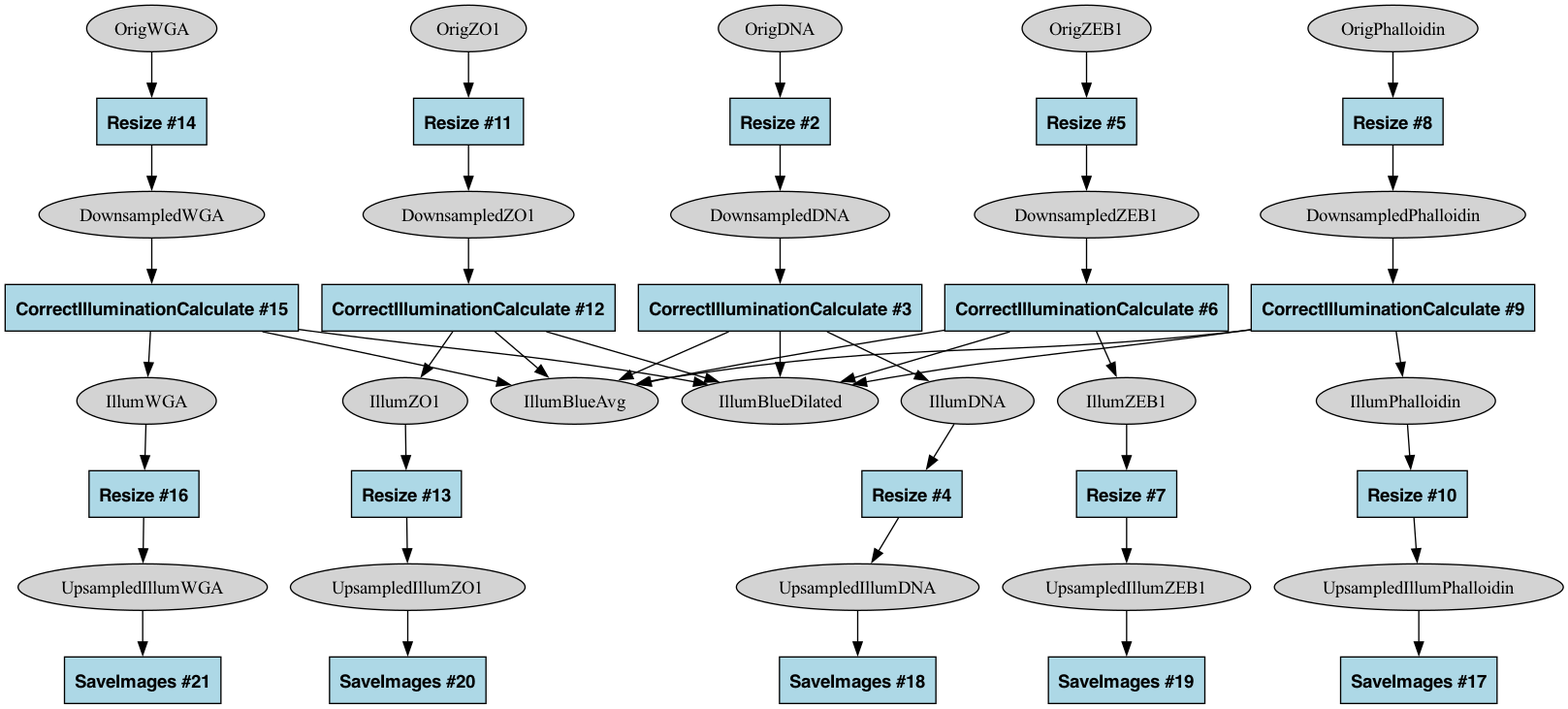
Earlier version of the Graphviz export 1_CP_Illum_graph.png (shntnu/cp_graph). Its source is kept beside it as 1_CP_Illum_graph.dot.
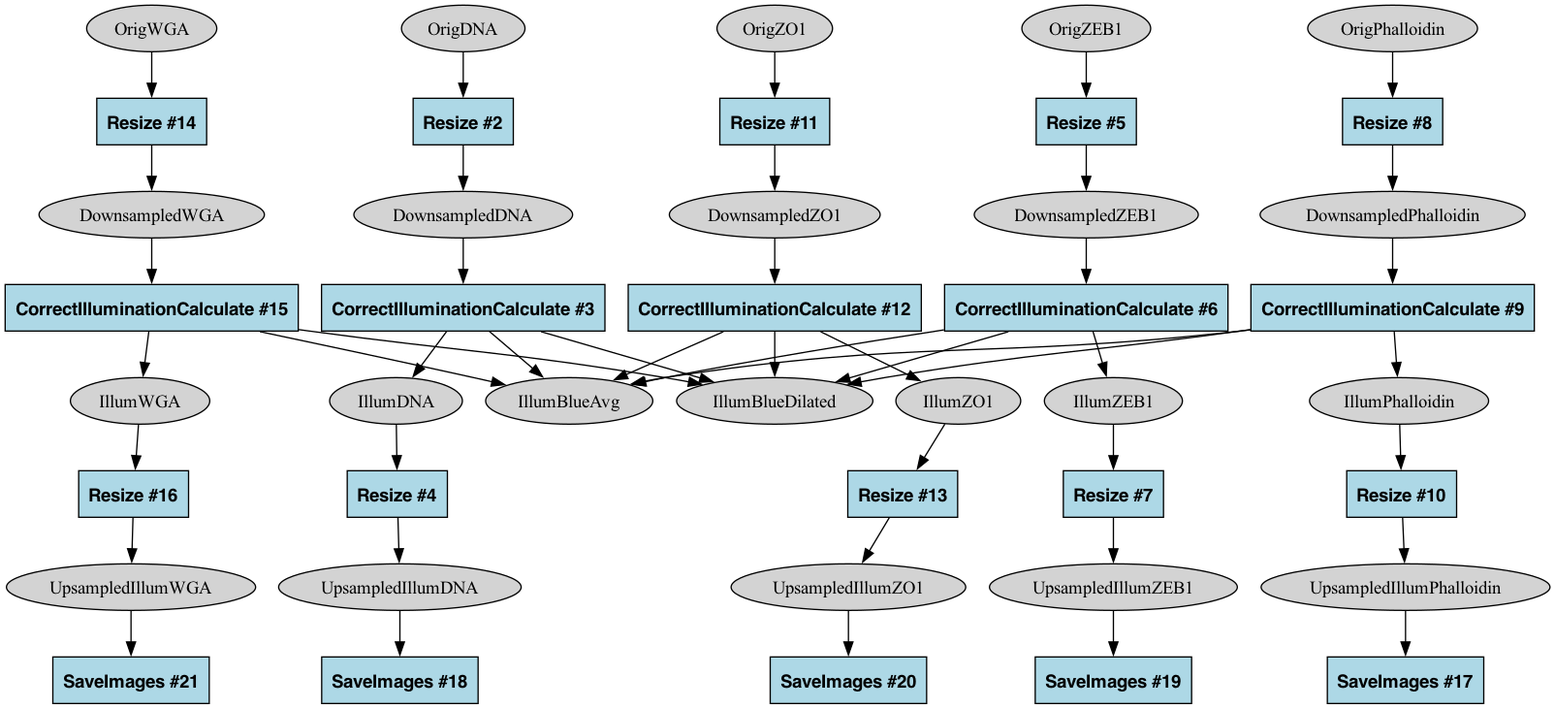
The same file after the commit.

The edit, as a diff of the source:
```diff
@@ -1,89 +1,89 @@
 strict digraph {
-CorrectIlluminationCalculate_36ea93b [type=module, label="CorrectIlluminationCalculate #12", module_name=CorrectIlluminationCalculate, module_num=12, original_num=12, stable_id="CorrectIlluminationCalculate_36ea93b", enabled=True, shape=box, style=filled, fillcolor=lightblue, fontname="Helvetica-Bold"];
-CorrectIlluminationCalculate_6bb2959d [type=module, label="CorrectIlluminationCalculate #15", module_name=CorrectIlluminationCalculate, module_num=15, original_num=15, stable_id="CorrectIlluminationCalculate_6bb2959d", enabled=True, shape=box, style=filled, fillcolor=lightblue, fontname="Helvetica-Bold"];
-CorrectIlluminationCalculate_8cc3f2ba [type=module, label="CorrectIlluminationCalculate #3", module_name=CorrectIlluminationCalculate, module_num=3, original_num=3, stable_id="CorrectIlluminationCalculate_8cc3f2ba", enabled=True, shape=box, style=filled, fillcolor=lightblue, fontname="Helvetica-Bold"];
-CorrectIlluminationCalculate_eb36f7d0 [type=module, label="CorrectIlluminationCalculate #9", module_name=CorrectIlluminationCalculate, module_num=9, original_num=9, stable_id="CorrectIlluminationCalculate_eb36f7d0", enabled=True, shape=box, style=filled, fillcolor=lightblue, fontname="Helvetica-Bold"];
-CorrectIlluminationCalculate_ff87b10e [type=module, label="CorrectIlluminationCalculate #6", module_name=CorrectIlluminationCalculate, module_num=6, original_num=6, stable_id="CorrectIlluminationCalculate_ff87b10e", enabled=True, shape=box, style=filled, fillcolor=lightblue, fontname="Helvetica-Bold"];
-DownsampledDNA [type=image, shape=ellipse, style=filled, fillcolor=lightgray];
-DownsampledPhalloidin [type=image, shape=ellipse, style=filled, fillcolor=lightgray];
-DownsampledWGA [type=image, shape=ellipse, style=filled, fillcolor=lightgray];
-DownsampledZEB1 [type=image, shape=ellipse, style=filled, fillcolor=lightgray];
-DownsampledZO1 [type=image, shape=ellipse, style=filled, fillcolor=lightgray];
-IllumBlueAvg [type=image, shape=ellipse, style=filled, fillcolor=lightgray];
-IllumBlueDilated [type=image, shape=ellipse, style=filled, fillcolor=lightgray];
-IllumDNA [type=image, shape=ellipse, style=filled, fillcolor=lightgray];
-IllumPhalloidin [type=image, shape=ellipse, style=filled, fillcolor=lightgray];
-IllumWGA [type=image, shape=ellipse, style=filled, fillcolor=lightgray];
-IllumZEB1 [type=image, shape=ellipse, style=filled, fillcolor=lightgray];
-IllumZO1 [type=image, shape=ellipse, style=filled, fillcolor=lightgray];
-OrigDNA [type=image, shape=ellipse, style=filled, fillcolor=lightgray];
-OrigPhalloidin [type=image, shape=ellipse, style=filled, fillcolor=lightgray];
-OrigWGA [type=image, shape=ellipse, style=filled, fillcolor=lightgray];
-OrigZEB1 [type=image, shape=ellipse, style=filled, fillcolor=lightgray];
-OrigZO1 [type=image, shape=ellipse, style=filled, fillcolor=lightgray];
-Resize_25c37d14 [type=module, label="Resize #4", module_name=Resize, module_num=4, original_num=4, stable_id="Resize_25c37d14", enabled=True, shape=box, style=filled, fillcolor=lightblue, fontname="Helvetica-Bold"];
-Resize_2fc06baf [type=module, label="Resize #8", module_name=Resize, module_num=8, original_num=8, stable_id="Resize_2fc06baf", enabled=True, shape=box, style=filled, fillcolor=lightblue, fontname="Helvetica-Bold"];
-Resize_4f94fc1a [type=module, label="Resize #14", module_name=Resize, module_num=14, original_num=14, stable_id="Resize_4f94fc1a", enabled=True, shape=box, style=filled, fillcolor=lightblue, fontname="Helvetica-Bold"];
-Resize_537c00f8 [type=module, label="Resize #10", module_name=Resize, module_num=10, original_num=10, stable_id="Resize_537c00f8", enabled=True, shape=box, style=filled, fillcolor=lightblue, fontname="Helvetica-Bold"];
-Resize_5da365e6 [type=module, label="Resize #2", module_name=Resize, module_num=2, original_num=2, stable_id="Resize_5da365e6", enabled=True, shape=box, style=filled, fillcolor=lightblue, fontname="Helvetica-Bold"];
-Resize_a95a436b [type=module, label="Resize #16", module_name=Resize, module_num=16, original_num=16, stable_id="Resize_a95a436b", enabled=True, shape=box, style=filled, fillcolor=lightblue, fontname="Helvetica-Bold"];
-Resize_bbb335aa [type=module, label="Resize #5", module_name=Resize, module_num=5, original_num=5, stable_id="Resize_bbb335aa", enabled=True, shape=box, style=filled, fillcolor=lightblue, fontname="Helvetica-Bold"];
-Resize_dff4f9ad [type=module, label="Resize #13", module_name=Resize, module_num=13, original_num=13, stable_id="Resize_dff4f9ad", enabled=True, shape=box, style=filled, fillcolor=lightblue, fontname="Helvetica-Bold"];
-Resize_e81797d3 [type=module, label="Resize #11", module_name=Resize, module_num=11, original_num=11, stable_id="Resize_e81797d3", enabled=True, shape=box, style=filled, fillcolor=lightblue, fontname="Helvetica-Bold"];
-Resize_f2b61e44 [type=module, label="Resize #7", module_name=Resize, module_num=7, original_num=7, stable_id="Resize_f2b61e44", enabled=True, shape=box, style=filled, fillcolor=lightblue, fontname="Helvetica-Bold"];
-SaveImages_354b7967 [type=module, label="SaveImages #17", module_name=SaveImages, module_num=17, original_num=17, stable_id="SaveImages_354b7967", enabled=True, shape=box, style=filled, fillcolor=lightblue, fontname="Helvetica-Bold"];
-SaveImages_57a9355a [type=module, label="SaveImages #18", module_name=SaveImages, module_num=18, original_num=18, stable_id="SaveImages_57a9355a", enabled=True, shape=box, style=filled, fillcolor=lightblue, fontname="Helvetica-Bold"];
-SaveImages_9c790512 [type=module, label="SaveImages #20", module_name=SaveImages, module_num=20, original_num=20, stable_id="SaveImages_9c790512", enabled=True, shape=box, style=filled, fillcolor=lightblue, fontname="Helvetica-Bold"];
-SaveImages_cd6bc89 [type=module, label="SaveImages #19", module_name=SaveImages, module_num=19, original_num=19, stable_id="SaveImages_cd6bc89", enabled=True, shape=box, style=filled, fillcolor=lightblue, fontname="Helvetica-Bold"];
-SaveImages_d17c3b0c [type=module, label="SaveImages #21", module_name=SaveImages, module_num=21, original_num=21, stable_id="SaveImages_d17c3b0c", enabled=True, shape=box, style=filled, fillcolor=lightblue, fontname="Helvetica-Bold"];
-UpsampledIllumDNA [type=image, shape=ellipse, style=filled, fillcolor=lightgray];
-UpsampledIllumPhalloidin [type=image, shape=ellipse, style=filled, fillcolor=lightgray];
-UpsampledIllumWGA [type=image, shape=ellipse, style=filled, fillcolor=lightgray];
-UpsampledIllumZEB1 [type=image, shape=ellipse, style=filled, fillcolor=lightgray];
-UpsampledIllumZO1 [type=image, shape=ellipse, style=filled, fillcolor=lightgray];
-CorrectIlluminationCalculate_36ea93b -> IllumBlueAvg [type=output];
-CorrectIlluminationCalculate_36ea93b -> IllumBlueDilated [type=output];
-CorrectIlluminationCalculate_36ea93b -> IllumZO1 [type=output];
-CorrectIlluminationCalculate_6bb2959d -> IllumBlueAvg [type=output];
-CorrectIlluminationCalculate_6bb2959d -> IllumBlueDilated [type=output];
-CorrectIlluminationCalculate_6bb2959d -> IllumWGA [type=output];
-CorrectIlluminationCalculate_8cc3f2ba -> IllumBlueAvg [type=output];
-CorrectIlluminationCalculate_8cc3f2ba -> IllumBlueDilated [type=output];
-CorrectIlluminationCalculate_8cc3f2ba -> IllumDNA [type=output];
-CorrectIlluminationCalculate_eb36f7d0 -> IllumBlueAvg [type=output];
-CorrectIlluminationCalculate_eb36f7d0 -> IllumBlueDilated [type=output];
-CorrectIlluminationCalculate_eb36f7d0 -> IllumPhalloidin [type=output];
-CorrectIlluminationCalculate_ff87b10e -> IllumBlueAvg [type=output];
-CorrectIlluminationCalculate_ff87b10e -> IllumBlueDilated [type=output];
-CorrectIlluminationCalculate_ff87b10e -> IllumZEB1 [type=output];
-DownsampledDNA -> CorrectIlluminationCalculate_8cc3f2ba [type=input];
-DownsampledPhalloidin -> CorrectIlluminationCalculate_eb36f7d0 [type=input];
-DownsampledWGA -> CorrectIlluminationCalculate_6bb2959d [type=input];
-DownsampledZEB1 -> CorrectIlluminationCalculate_ff87b10e [type=input];
-DownsampledZO1 -> CorrectIlluminationCalculate_36ea93b [type=input];
-IllumDNA -> Resize_25c37d14 [type=input];
-IllumPhalloidin -> Resize_537c00f8 [type=input];
-IllumWGA -> Resize_a95a436b [type=input];
-IllumZEB1 -> Resize_f2b61e44 [type=input];
-IllumZO1 -> Resize_dff4f9ad [type=input];
-OrigDNA -> Resize_5da365e6 [type=input];
-OrigPhalloidin -> Resize_2fc06baf [type=input];
-OrigWGA -> Resize_4f94fc1a [type=input];
-OrigZEB1 -> Resize_bbb335aa [type=input];
-OrigZO1 -> Resize_e81797d3 [type=input];
-Resize_25c37d14 -> UpsampledIllumDNA [type=output];
-Resize_2fc06baf -> DownsampledPhalloidin [type=output];
-Resize_4f94fc1a -> DownsampledWGA [type=output];
-Resize_537c00f8 -> UpsampledIllumPhalloidin [type=output];
-Resize_5da365e6 -> DownsampledDNA [type=output];
-Resize_a95a436b -> UpsampledIllumWGA [type=output];
-Resize_bbb335aa -> DownsampledZEB1 [type=output];
-Resize_dff4f9ad -> UpsampledIllumZO1 [type=output];
-Resize_e81797d3 -> DownsampledZO1 [type=output];
-Resize_f2b61e44 -> UpsampledIllumZEB1 [type=output];
-UpsampledIllumDNA -> SaveImages_57a9355a [type=input];
-UpsampledIllumPhalloidin -> SaveImages_354b7967 [type=input];
-UpsampledIllumWGA -> SaveImages_d17c3b0c [type=input];
-UpsampledIllumZEB1 -> SaveImages_cd6bc89 [type=input];
-UpsampledIllumZO1 -> SaveImages_9c790512 [type=input];
+CorrectIlluminationCalculate_2303f61d [type=module, label="CorrectIlluminationCalculate #3", module_name=CorrectIlluminationCalculate, module_num=3, original_num=3, stable_id="CorrectIlluminationCalculate_2303f61d", enabled=True, shape=box, style=filled, fillcolor=lightblue, fontname="Helvetica-Bold"];
+CorrectIlluminationCalculate_314218d2 [type=module, label="CorrectIlluminationCalculate #15", module_name=CorrectIlluminationCalculate, module_num=15, original_num=15, stable_id="CorrectIlluminationCalculate_314218d2", enabled=True, shape=box, style=filled, fillcolor=lightblue, fontname="Helvetica-Bold"];
+CorrectIlluminationCalculate_33645561 [type=module, label="CorrectIlluminationCalculate #12", module_name=CorrectIlluminationCalculate, module_num=12, original_num=12, stable_id="CorrectIlluminationCalculate_33645561", enabled=True, shape=box, style=filled, fillcolor=lightblue, fontname="Helvetica-Bold"];
+CorrectIlluminationCalculate_3ad95d5d [type=module, label="CorrectIlluminationCalculate #9", module_name=CorrectIlluminationCalculate, module_num=9, original_num=9, stable_id="CorrectIlluminationCalculate_3ad95d5d", enabled=True, shape=box, style=filled, fillcolor=lightblue, fontname="Helvetica-Bold"];
+CorrectIlluminationCalculate_d40ad559 [type=module, label="CorrectIlluminationCalculate #6", module_name=CorrectIlluminationCalculate, module_num=6, original_num=6, stable_id="CorrectIlluminationCalculate_d40ad559", enabled=True, shape=box, style=filled, fillcolor=lightblue, fontname="Helvetica-Bold"];
+Resize_30301b68 [type=module, label="Resize #14", module_name=Resize, module_num=14, original_num=14, stable_id="Resize_30301b68", enabled=True, shape=box, style=filled, fillcolor=lightblue, fontname="Helvetica-Bold"];
+Resize_322c8194 [type=module, label="Resize #11", module_name=Resize, module_num=11, original_num=11, stable_id="Resize_322c8194", enabled=True, shape=box, style=filled, fillcolor=lightblue, fontname="Helvetica-Bold"];
+Resize_5d0085ed [type=module, label="Resize #10", module_name=Resize, module_num=10, original_num=10, stable_id="Resize_5d0085ed", enabled=True, shape=box, style=filled, fillcolor=lightblue, fontname="Helvetica-Bold"];
+Resize_87210cfa [type=module, label="Resize #7", module_name=Resize, module_num=7, original_num=7, stable_id="Resize_87210cfa", enabled=True, shape=box, style=filled, fillcolor=lightblue, fontname="Helvetica-Bold"];
+Resize_8e2a42f3 [type=module, label="Resize #13", module_name=Resize, module_num=13, original_num=13, stable_id="Resize_8e2a42f3", enabled=True, shape=box, style=filled, fillcolor=lightblue, fontname="Helvetica-Bold"];
+Resize_b51ed138 [type=module, label="Resize #2", module_name=Resize, module_num=2, original_num=2, stable_id="Resize_b51ed138", enabled=True, shape=box, style=filled, fillcolor=lightblue, fontname="Helvetica-Bold"];
+Resize_be565ce7 [type=module, label="Resize #8", module_name=Resize, module_num=8, original_num=8, stable_id="Resize_be565ce7", enabled=True, shape=box, style=filled, fillcolor=lightblue, fontname="Helvetica-Bold"];
+Resize_d2bf2f25 [type=module, label="Resize #5", module_name=Resize, module_num=5, original_num=5, stable_id="Resize_d2bf2f25", enabled=True, shape=box, style=filled, fillcolor=lightblue, fontname="Helvetica-Bold"];
+Resize_e8233dac [type=module, label="Resize #4", module_name=Resize, module_num=4, original_num=4, stable_id="Resize_e8233dac", enabled=True, shape=box, style=filled, fillcolor=lightblue, fontname="Helvetica-Bold"];
+Resize_f747ca96 [type=module, label="Resize #16", module_name=Resize, module_num=16, original_num=16, stable_id="Resize_f747ca96", enabled=True, shape=box, style=filled, fillcolor=lightblue, fontname="Helvetica-Bold"];
+SaveImages_160ec5da [type=module, label="SaveImages #21", module_name=SaveImages, module_num=21, original_num=21, stable_id="SaveImages_160ec5da", enabled=True, shape=box, style=filled, fillcolor=lightblue, fontname="Helvetica-Bold"];
+SaveImages_1f743eb0 [type=module, label="SaveImages #19", module_name=SaveImages, module_num=19, original_num=19, stable_id="SaveImages_1f743eb0", enabled=True, shape=box, style=filled, fillcolor=lightblue, fontname="Helvetica-Bold"];
+SaveImages_5dbd21e4 [type=module, label="SaveImages #18", module_name=SaveImages, module_num=18, original_num=18, stable_id="SaveImages_5dbd21e4", enabled=True, shape=box, style=filled, fillcolor=lightblue, fontname="Helvetica-Bold"];
+SaveImages_5f183270 [type=module, label="SaveImages #17", module_name=SaveImages, module_num=17, original_num=17, stable_id="SaveImages_5f183270", enabled=True, shape=box, style=filled, fillcolor=lightblue, fontname="Helvetica-Bold"];
+SaveImages_c8dbc64f [type=module, label="SaveImages #20", module_name=SaveImages, module_num=20, original_num=20, stable_id="SaveImages_c8dbc64f", enabled=True, shape=box, style=filled, fillcolor=lightblue, fontname="Helvetica-Bold"];
+image__DownsampledDNA [type=image, label=DownsampledDNA, shape=ellipse, style=filled, fillcolor=lightgray];
+image__DownsampledPhalloidin [type=image, label=DownsampledPhalloidin, shape=ellipse, style=filled, fillcolor=lightgray];
+image__DownsampledWGA [type=image, label=DownsampledWGA, shape=ellipse, style=filled, fillcolor=lightgray];
+image__DownsampledZEB1 [type=image, label=DownsampledZEB1, shape=ellipse, style=filled, fillcolor=lightgray];
+image__DownsampledZO1 [type=image, label=DownsampledZO1, shape=ellipse, style=filled, fillcolor=lightgray];
+image__IllumBlueAvg [type=image, label=IllumBlueAvg, shape=ellipse, style=filled, fillcolor=lightgray];
+image__IllumBlueDilated [type=image, label=IllumBlueDilated, shape=ellipse, style=filled, fillcolor=lightgray];
+image__IllumDNA [type=image, label=IllumDNA, shape=ellipse, style=filled, fillcolor=lightgray];
+image__IllumPhalloidin [type=image, label=IllumPhalloidin, shape=ellipse, style=filled, fillcolor=lightgray];
+image__IllumWGA [type=image, label=IllumWGA, shape=ellipse, style=filled, fillcolor=lightgray];
+image__IllumZEB1 [type=image, label=IllumZEB1, shape=ellipse, style=filled, fillcolor=lightgray];
+image__IllumZO1 [type=image, label=IllumZO1, shape=ellipse, style=filled, fillcolor=lightgray];
+image__OrigDNA [type=image, label=OrigDNA, shape=ellipse, style=filled, fillcolor=lightgray];
+image__OrigPhalloidin [type=image, label=OrigPhalloidin, shape=ellipse, style=filled, fillcolor=lightgray];
+image__OrigWGA [type=image, label=OrigWGA, shape=ellipse, style=filled, fillcolor=lightgray];
+image__OrigZEB1 [type=image, label=OrigZEB1, shape=ellipse, style=filled, fillcolor=lightgray];
+image__OrigZO1 [type=image, label=OrigZO1, shape=ellipse, style=filled, fillcolor=lightgray];
+image__UpsampledIllumDNA [type=image, label=UpsampledIllumDNA, shape=ellipse, style=filled, fillcolor=lightgray];
+image__UpsampledIllumPhalloidin [type=image, label=UpsampledIllumPhalloidin, shape=ellipse, style=filled, fillcolor=lightgray];
+image__UpsampledIllumWGA [type=image, label=UpsampledIllumWGA, shape=ellipse, style=filled, fillcolor=lightgray];
+image__UpsampledIllumZEB1 [type=image, label=UpsampledIllumZEB1, shape=ellipse, style=filled, fillcolor=lightgray];
+image__UpsampledIllumZO1 [type=image, label=UpsampledIllumZO1, shape=ellipse, style=filled, fillcolor=lightgray];
+CorrectIlluminationCalculate_2303f61d -> image__IllumBlueAvg [type="image_output"];
+CorrectIlluminationCalculate_2303f61d -> image__IllumBlueDilated [type="image_output"];
+CorrectIlluminationCalculate_2303f61d -> image__IllumDNA [type="image_output"];
+CorrectIlluminationCalculate_314218d2 -> image__IllumBlueAvg [type="image_output"];
+CorrectIlluminationCalculate_314218d2 -> image__IllumBlueDilated [type="image_output"];
+CorrectIlluminationCalculate_314218d2 -> image__IllumWGA [type="image_output"];
+CorrectIlluminationCalculate_33645561 -> image__IllumBlueAvg [type="image_output"];
+CorrectIlluminationCalculate_33645561 -> image__IllumBlueDilated [type="image_output"];
+CorrectIlluminationCalculate_33645561 -> image__IllumZO1 [type="image_output"];
+CorrectIlluminationCalculate_3ad95d5d -> image__IllumBlueAvg [type="image_output"];
+CorrectIlluminationCalculate_3ad95d5d -> image__IllumBlueDilated [type="image_output"];
+CorrectIlluminationCalculate_3ad95d5d -> image__IllumPhalloidin [type="image_output"];
+CorrectIlluminationCalculate_d40ad559 -> image__IllumBlueAvg [type="image_output"];
+CorrectIlluminationCalculate_d40ad559 -> image__IllumBlueDilated [type="image_output"];
+CorrectIlluminationCalculate_d40ad559 -> image__IllumZEB1 [type="image_output"];
+Resize_30301b68 -> image__DownsampledWGA [type="image_output"];
+Resize_322c8194 -> image__DownsampledZO1 [type="image_output"];
+Resize_5d0085ed -> image__UpsampledIllumPhalloidin [type="image_output"];
+Resize_87210cfa -> image__UpsampledIllumZEB1 [type="image_output"];
+Resize_8e2a42f3 -> image__UpsampledIllumZO1 [type="image_output"];
+Resize_b51ed138 -> image__DownsampledDNA [type="image_output"];
+Resize_be565ce7 -> image__DownsampledPhalloidin [type="image_output"];
+Resize_d2bf2f25 -> image__DownsampledZEB1 [type="image_output"];
+Resize_e8233dac -> image__UpsampledIllumDNA [type="image_output"];
+Resize_f747ca96 -> image__UpsampledIllumWGA [type="image_output"];
+image__DownsampledDNA -> CorrectIlluminationCalculate_2303f61d [type="image_input"];
+image__DownsampledPhalloidin -> CorrectIlluminationCalculate_3ad95d5d [type="image_input"];
+image__DownsampledWGA -> CorrectIlluminationCalculate_314218d2 [type="image_input"];
+image__DownsampledZEB1 -> CorrectIlluminationCalculate_d40ad559 [type="image_input"];
+image__DownsampledZO1 -> CorrectIlluminationCalculate_33645561 [type="image_input"];
+image__IllumDNA -> Resize_e8233dac [type="image_input"];
+image__IllumPhalloidin -> Resize_5d0085ed [type="image_input"];
+image__IllumWGA -> Resize_f747ca96 [type="image_input"];
+image__IllumZEB1 -> Resize_87210cfa [type="image_input"];
+image__IllumZO1 -> Resize_8e2a42f3 [type="image_input"];
+image__OrigDNA -> Resize_b51ed138 [type="image_input"];
+image__OrigPhalloidin -> Resize_be565ce7 [type="image_input"];
+image__OrigWGA -> Resize_30301b68 [type="image_input"];
+image__OrigZEB1 -> Resize_d2bf2f25 [type="image_input"];
+image__OrigZO1 -> Resize_322c8194 [type="image_input"];
+image__UpsampledIllumDNA -> SaveImages_5dbd21e4 [type="image_input"];
+image__UpsampledIllumPhalloidin -> SaveImages_5f183270 [type="image_input"];
+image__UpsampledIllumWGA -> SaveImages_160ec5da [type="image_input"];
+image__UpsampledIllumZEB1 -> SaveImages_1f743eb0 [type="image_input"];
+image__UpsampledIllumZO1 -> SaveImages_c8dbc64f [type="image_input"];
 }
```
